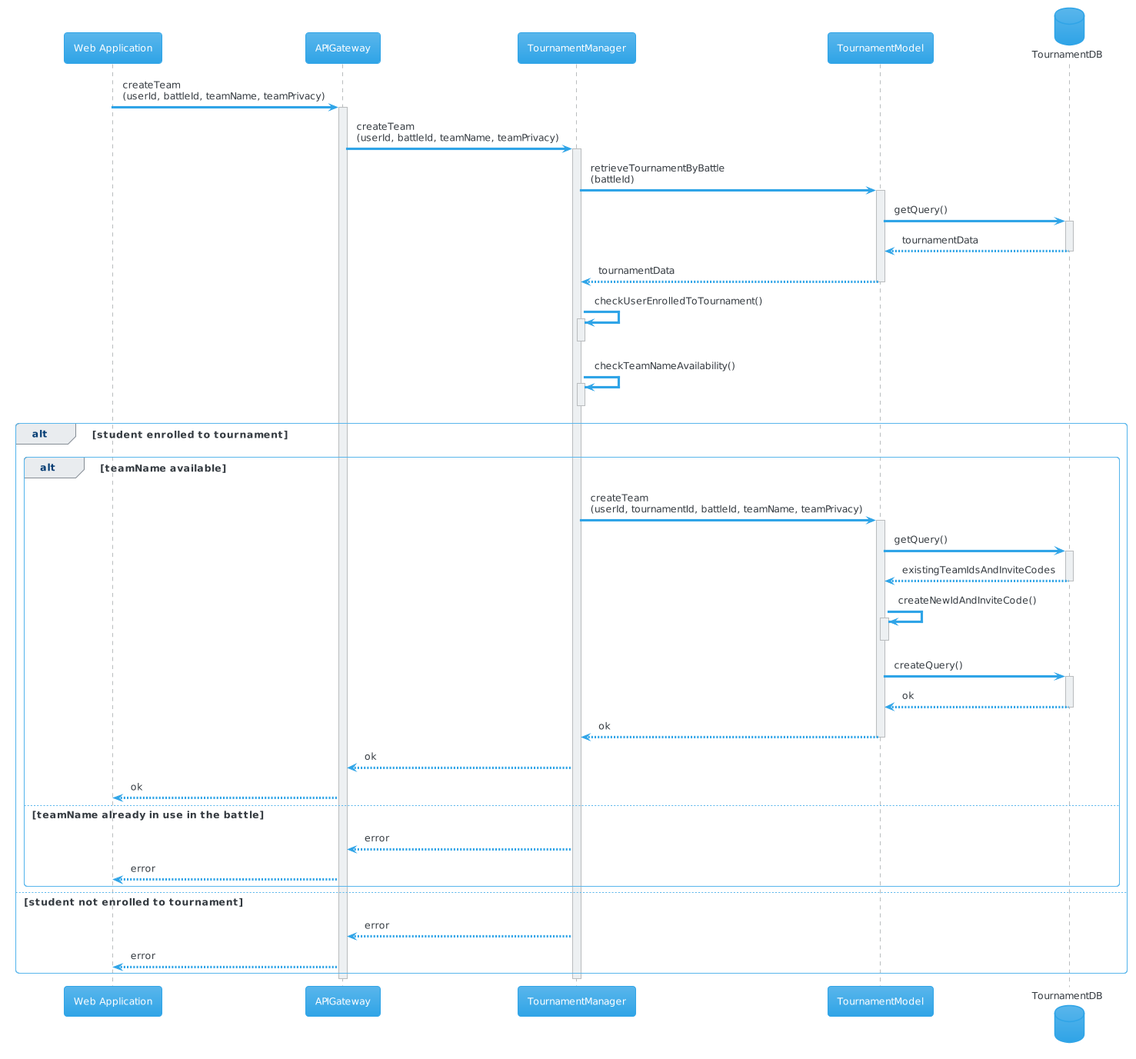
The PlantUML diagram DD/Diagrams/sequence/create_team.png in TommasoCapacci/SEII-2024-Capacci-Ginestroni, before a commit. Source of this version:
```plantuml
@startuml
!theme cerulean
participant "Web Application" as webapp
participant APIGateway as gateway
participant TournamentManager as tournamentManager
participant TournamentModel as tournamentModel
database TournamentDB as tournamentDB
webapp -> gateway : createTeam\n(userId, battleId, teamName, teamPrivacy)
activate gateway
gateway -> tournamentManager : createTeam\n(userId, battleId, teamName, teamPrivacy)
activate tournamentManager
tournamentManager -> tournamentModel : retrieveTournamentByBattle\n(battleId)
activate tournamentModel
tournamentModel -> tournamentDB: getQuery()
activate tournamentDB
tournamentDB --> tournamentModel: tournamentData
deactivate tournamentDB
tournamentModel --> tournamentManager : tournamentData
deactivate tournamentModel
tournamentManager -> tournamentManager : checkUserEnrolledToTournament()
activate tournamentManager
deactivate tournamentManager
tournamentManager -> tournamentManager : checkTeamNameAvailability()
activate tournamentManager
deactivate tournamentManager
alt student enrolled to tournament
alt teamName available
tournamentManager -> tournamentModel: createTeam\n(userId, tournamentId, battleId, teamName, teamPrivacy)
activate tournamentModel
tournamentModel -> tournamentDB: getQuery()
activate tournamentDB
tournamentDB --> tournamentModel:existingTeamIdsAndInviteCodes
deactivate tournamentDB
tournamentModel->tournamentModel: createNewIdAndInviteCode()
activate tournamentModel
deactivate tournamentModel
tournamentModel -> tournamentDB: createQuery()
activate tournamentDB
tournamentDB --> tournamentModel:ok
deactivate tournamentDB
tournamentModel --> tournamentManager:ok
deactivate tournamentModel
tournamentManager --> gateway: ok
gateway --> webapp: ok
else teamName already in use in the battle
tournamentManager --> gateway: error
gateway --> webapp: error
end
else student not enrolled to tournament
tournamentManager --> gateway: error
gateway --> webapp: error
end
deactivate tournamentManager
deactivate gateway
@enduml
```
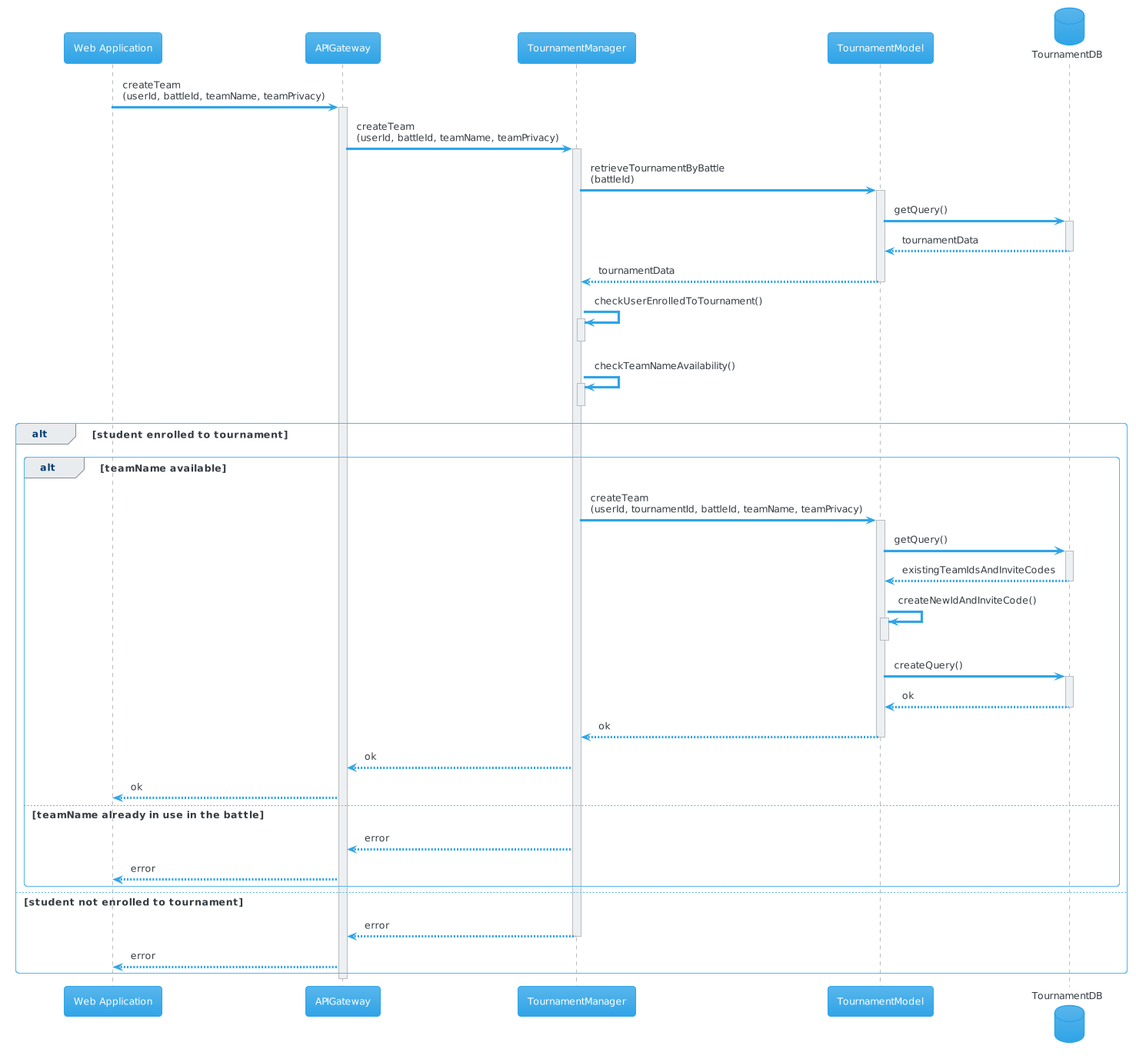
Later version of the same file.

Diff of the diagram source:
```diff
@@ -48,8 +48,9 @@
 end
 else student not enrolled to tournament
 tournamentManager --> gateway: error
+deactivate tournamentManager
 gateway --> webapp: error
 end
-deactivate tournamentManager
+
 deactivate gateway
 @enduml
```
